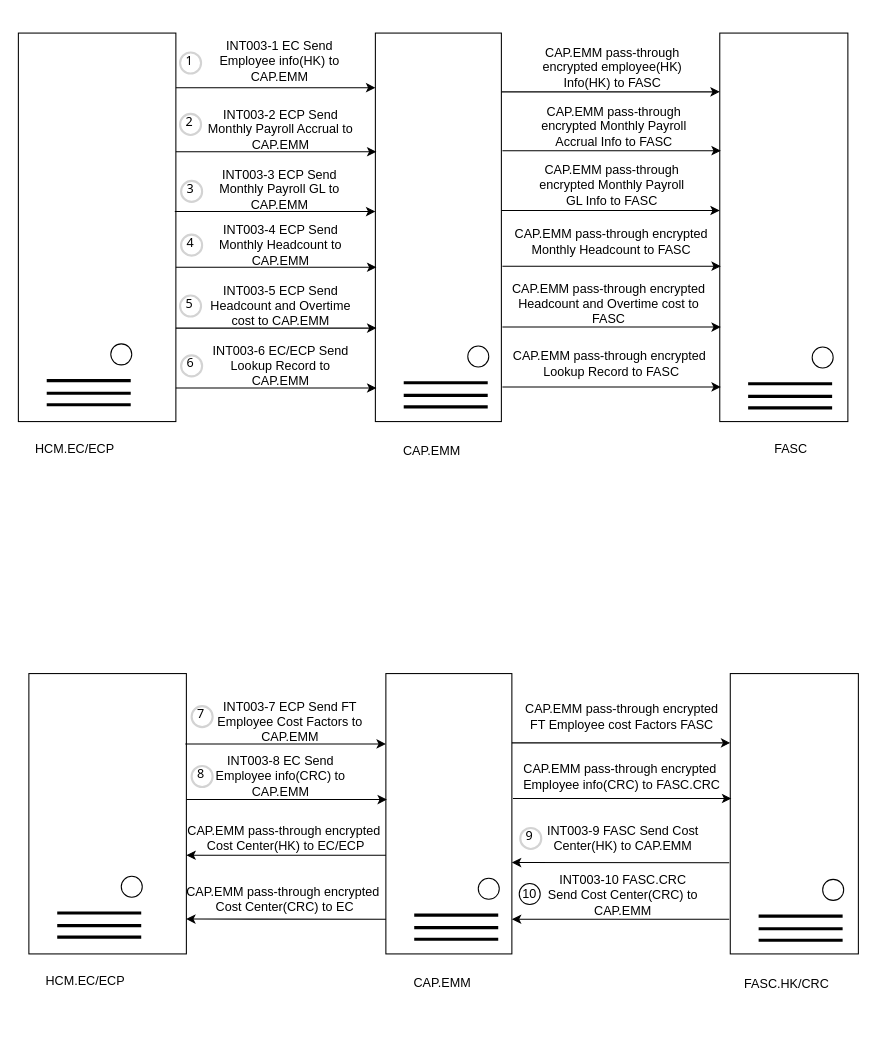
Earlier version of the draw.io diagram page "FASC" (13 of 19) of Untitled Diagram.drawio (wsxad234/flowchart). Source tidied: cells renumbered, new cells numbered last; positions are measured from the earlier drawing's top-left corner, leaving out a move shared by most shapes. Both pictures are drawn from the tidied source at 105%, with x=0, y=0 at pixel (18, 18).
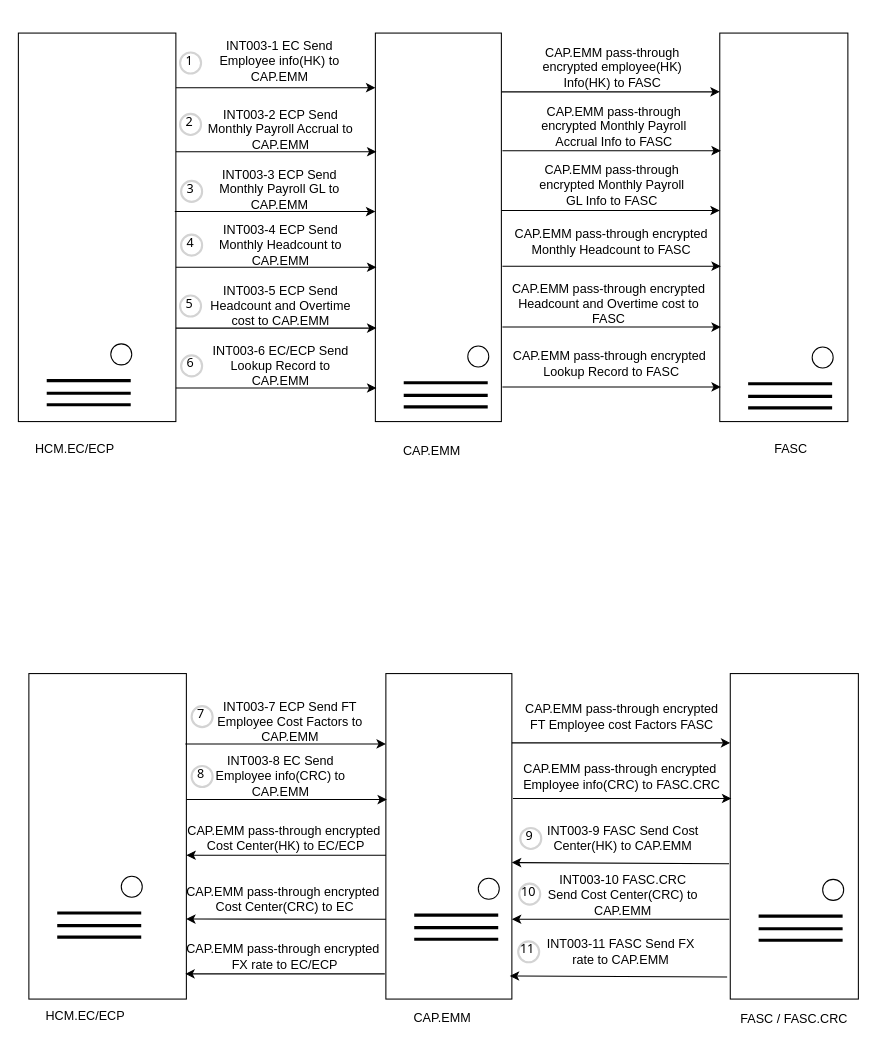
Above is the later version.

Diff of the diagram source:
```diff
@@
     <mxCell id="50" style="rounded=0;whiteSpace=wrap;html=1;" parent="1" vertex="1">
-      <mxGeometry x="10" y="624" width="150" height="267" as="geometry" />
+      <mxGeometry x="10" y="624" width="150" height="310" as="geometry" />
     </mxCell>
@@
     <mxCell id="52" value="HCM.EC/ECP" style="text;html=1;strokeColor=none;fillColor=none;align=center;verticalAlign=middle;whiteSpace=wrap;rounded=0;" parent="1" vertex="1">
-      <mxGeometry x="34" y="902" width="60" height="30" as="geometry" />
+      <mxGeometry x="34" y="935" width="60" height="30" as="geometry" />
     </mxCell>
@@
     <mxCell id="56" style="rounded=0;whiteSpace=wrap;html=1;" parent="1" vertex="1">
-      <mxGeometry x="678" y="624" width="122" height="267" as="geometry" />
+      <mxGeometry x="678" y="624" width="122" height="310" as="geometry" />
     </mxCell>
@@
-    <mxCell id="58" value="FASC.HK/CRC" style="text;html=1;strokeColor=none;fillColor=none;align=center;verticalAlign=middle;whiteSpace=wrap;rounded=0;" parent="1" vertex="1">
-      <mxGeometry x="702" y="905" width="60" height="30" as="geometry" />
+    <mxCell id="58" value="FASC / FASC.CRC" style="text;html=1;strokeColor=none;fillColor=none;align=center;verticalAlign=middle;whiteSpace=wrap;rounded=0;" parent="1" vertex="1">
+      <mxGeometry x="685" y="938" width="108" height="30" as="geometry" />
     </mxCell>
@@
     <mxCell id="62" style="rounded=0;whiteSpace=wrap;html=1;" parent="1" vertex="1">
-      <mxGeometry x="350" y="624" width="120" height="267" as="geometry" />
+      <mxGeometry x="350" y="624" width="120" height="310" as="geometry" />
     </mxCell>
@@
     <mxCell id="64" value="CAP.EMM" style="text;html=1;strokeColor=none;fillColor=none;align=center;verticalAlign=middle;whiteSpace=wrap;rounded=0;" parent="1" vertex="1">
-      <mxGeometry x="374" y="904" width="60" height="30" as="geometry" />
+      <mxGeometry x="374" y="937" width="60" height="30" as="geometry" />
     </mxCell>
@@
-    <mxCell id="85" style="endArrow=classic;html=1;rounded=0;entryX=0.992;entryY=0.883;entryDx=0;entryDy=0;entryPerimeter=0;exitX=-0.008;exitY=0.675;exitDx=0;exitDy=0;exitPerimeter=0;" parent="1" edge="1" source="56">
+    <mxCell id="85" style="endArrow=classic;html=1;rounded=0;entryX=0.992;entryY=0.883;entryDx=0;entryDy=0;entryPerimeter=0;exitX=-0.01;exitY=0.584;exitDx=0;exitDy=0;exitPerimeter=0;" parent="1" edge="1" source="56">
       <mxGeometry relative="1" as="geometry">
         <mxPoint x="470" y="804" as="targetPoint" />
       </mxGeometry>
     </mxCell>
@@
-    <mxCell id="87" value="10" style="ellipse;whiteSpace=wrap;html=1;" parent="1" vertex="1">
+    <mxCell id="87" value="10" style="ellipse;whiteSpace=wrap;html=1;strokeWidth=2;fontFamily=Tahoma;spacingBottom=4;spacingRight=2;strokeColor=#d3d3d3;" parent="1" vertex="1">
       <mxGeometry x="477" y="824" width="20" height="20" as="geometry" />
     </mxCell>
+    <mxCell id="88" value="INT003-11 FASC Send FX rate to CAP.EMM" style="text;html=1;strokeColor=none;fillColor=none;align=center;verticalAlign=middle;whiteSpace=wrap;rounded=0;" parent="1" vertex="1">
+      <mxGeometry x="499" y="874" width="150" height="30" as="geometry" />
+    </mxCell>
+    <mxCell id="89" value="11" style="ellipse;whiteSpace=wrap;html=1;strokeWidth=2;fontFamily=Tahoma;spacingBottom=4;spacingRight=2;strokeColor=#d3d3d3;" parent="1" vertex="1">
+      <mxGeometry x="476" y="879" width="20" height="20" as="geometry" />
+    </mxCell>
+    <mxCell id="90" style="endArrow=classic;html=1;rounded=0;entryX=0.992;entryY=0.883;entryDx=0;entryDy=0;entryPerimeter=0;exitX=-0.01;exitY=0.584;exitDx=0;exitDy=0;exitPerimeter=0;" parent="1" edge="1">
+      <mxGeometry relative="1" as="geometry">
+        <mxPoint x="675" y="913" as="sourcePoint" />
+        <mxPoint x="468" y="912" as="targetPoint" />
+      </mxGeometry>
+    </mxCell>
+    <mxCell id="91" value="CAP.EMM pass-through encrypted&amp;nbsp;&lt;br&gt;FX rate to EC/ECP" style="text;html=1;strokeColor=none;fillColor=none;align=center;verticalAlign=middle;whiteSpace=wrap;rounded=0;" parent="1" vertex="1">
+      <mxGeometry x="159" y="879" width="190" height="30" as="geometry" />
+    </mxCell>
+    <mxCell id="92" style="endArrow=classic;html=1;rounded=0;entryX=0.992;entryY=0.883;entryDx=0;entryDy=0;entryPerimeter=0;" parent="1" edge="1">
+      <mxGeometry relative="1" as="geometry">
+        <mxPoint x="349" y="910" as="sourcePoint" />
+        <mxPoint x="159" y="910" as="targetPoint" />
+      </mxGeometry>
+    </mxCell>
```
